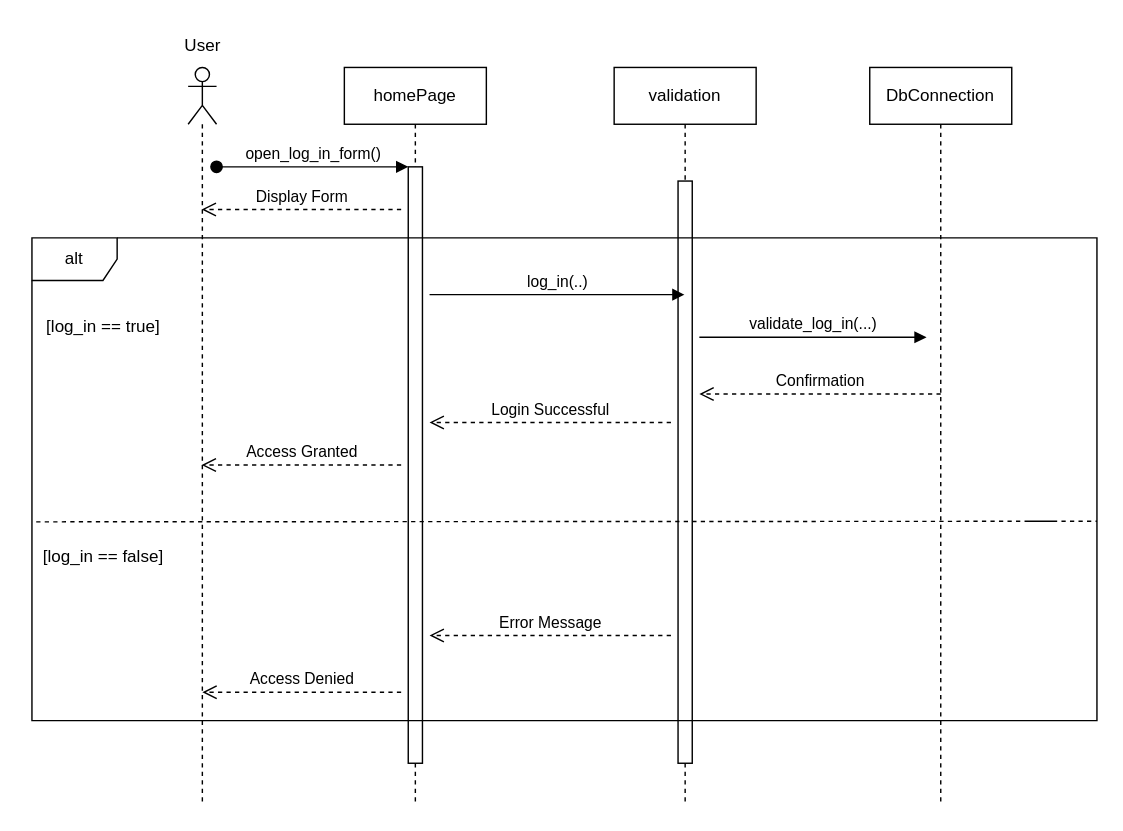
Above: Sequence Diagram/Login.drawio.xml in NeoZi12/NeoAndLeon (draw.io), before the change. Source tidied: cells renumbered, new cells numbered last; positions are measured from the earlier drawing's top-left corner, leaving out a move shared by most shapes. Both pictures are drawn from the tidied source at 142%, with x=0, y=0 at pixel (24, 24).
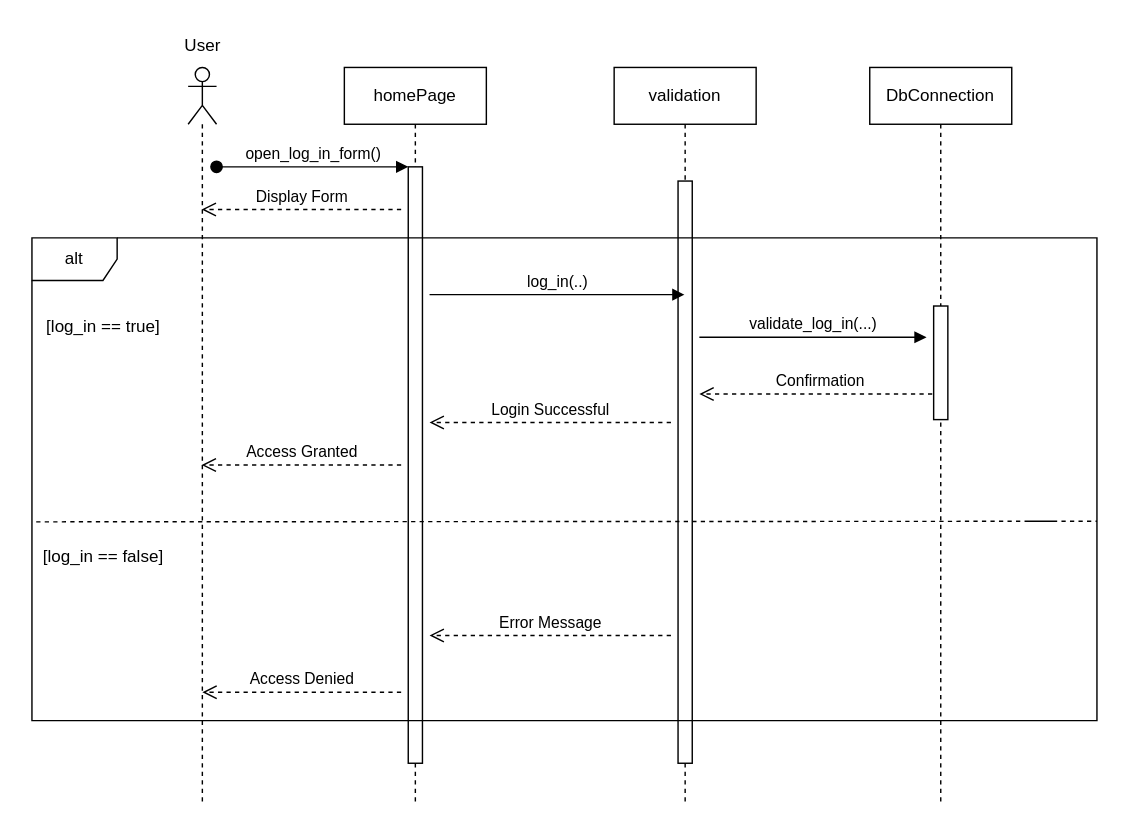
The same diagram, later.

Diff of the diagram source:
```diff
@@
+    <mxCell id="22" style="html=1;perimeter=orthogonalPerimeter;targetShapes=umlLifeline;newEdgeStyle={&quot;curved&quot;:0,&quot;rounded&quot;:0};" parent="1" vertex="1">
+      <mxGeometry x="640" y="198" width="10" height="80" as="geometry" />
+    </mxCell>
```
